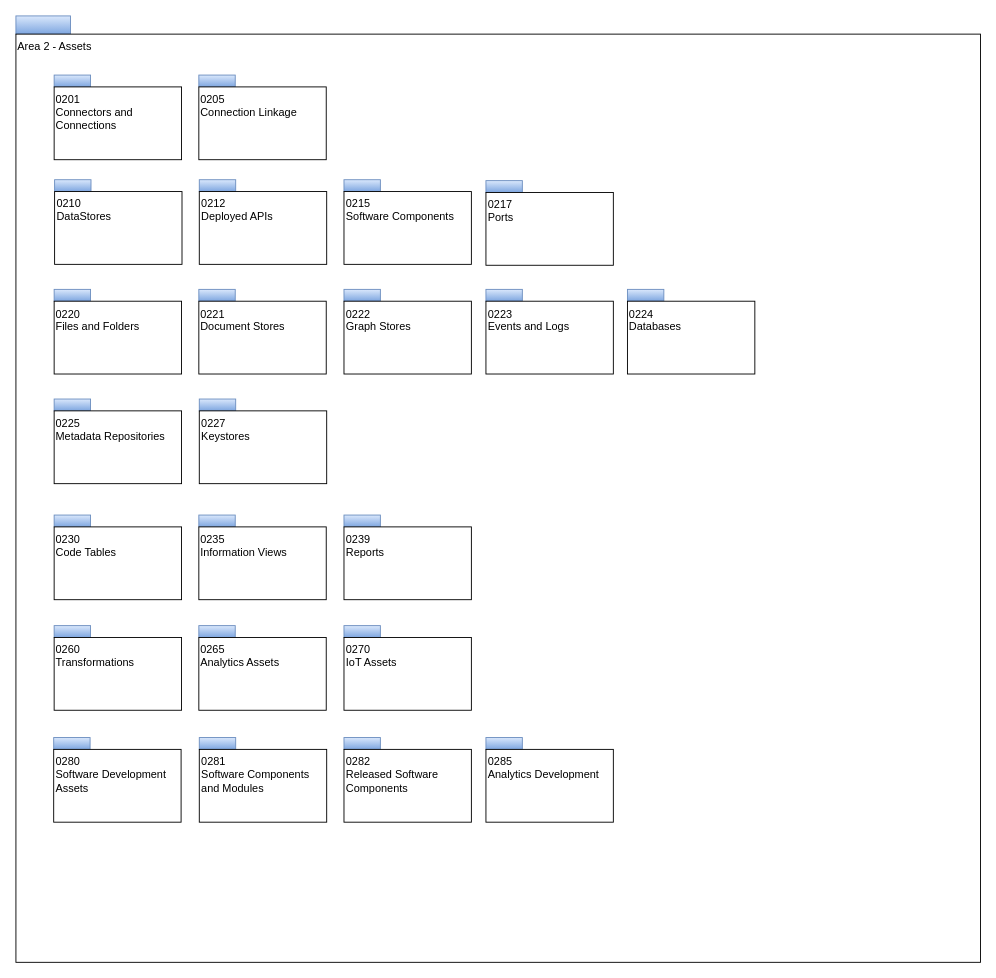
Earlier version of the draw.io diagram page "overview" (1 of 24) of site/docs/types/2/area-2-assets.drawio (odpi/egeria-docs). Source tidied: cells renumbered, new cells numbered last; positions are measured from the earlier drawing's top-left corner, leaving out a move shared by most shapes. Both pictures are drawn from the tidied source at 91%, with x=0, y=0 at pixel (15, 15).
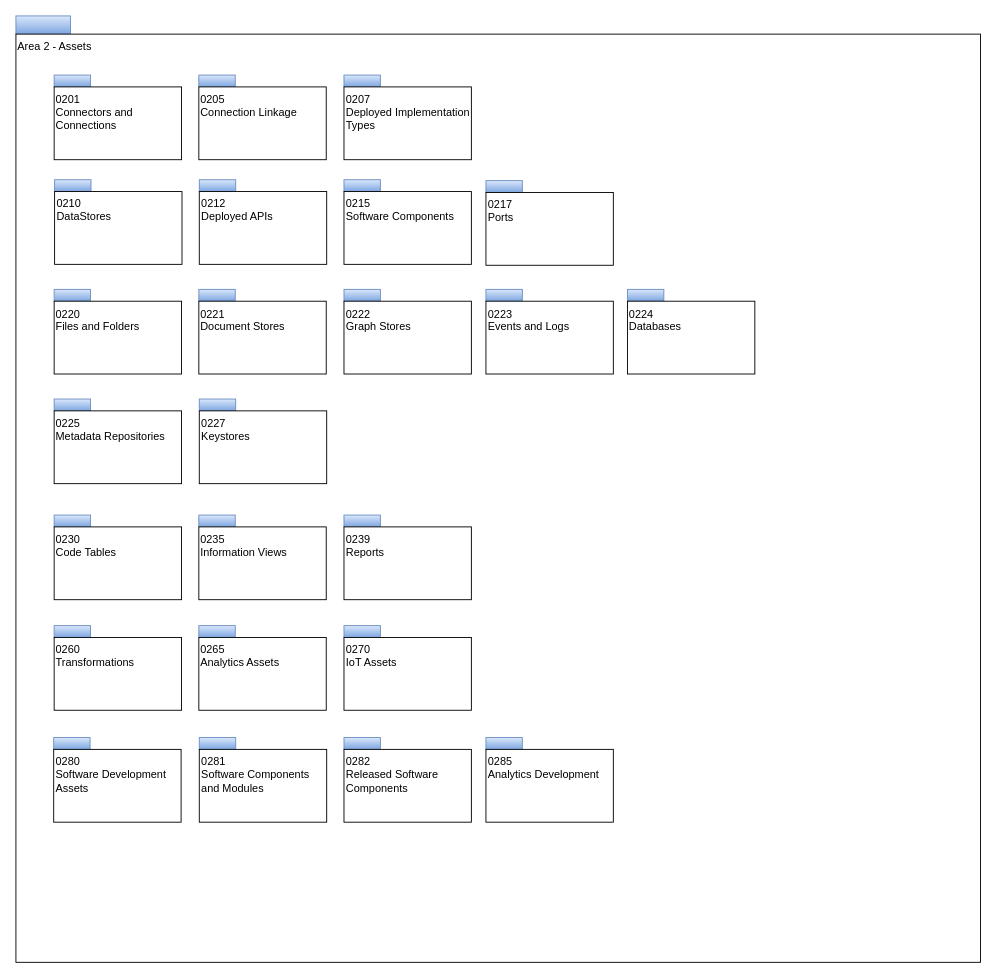
Above is the later version.

The edit, as a diff of the source:
```diff
@@
+    <mxCell id="50" style="rounded=0;whiteSpace=wrap;html=1;align=left;fillColor=#dae8fc;strokeColor=#6c8ebf;gradientColor=#7ea6e0;" parent="1" vertex="1">
+      <mxGeometry x="360.5" y="65" width="40" height="13" as="geometry" />
+    </mxCell>
+    <mxCell id="51" value="0207&lt;br&gt;Deployed Implementation Types" style="rounded=0;whiteSpace=wrap;html=1;align=left;verticalAlign=top;" parent="1" vertex="1">
+      <mxGeometry x="360.5" y="78" width="140" height="80" as="geometry" />
+    </mxCell>
```
